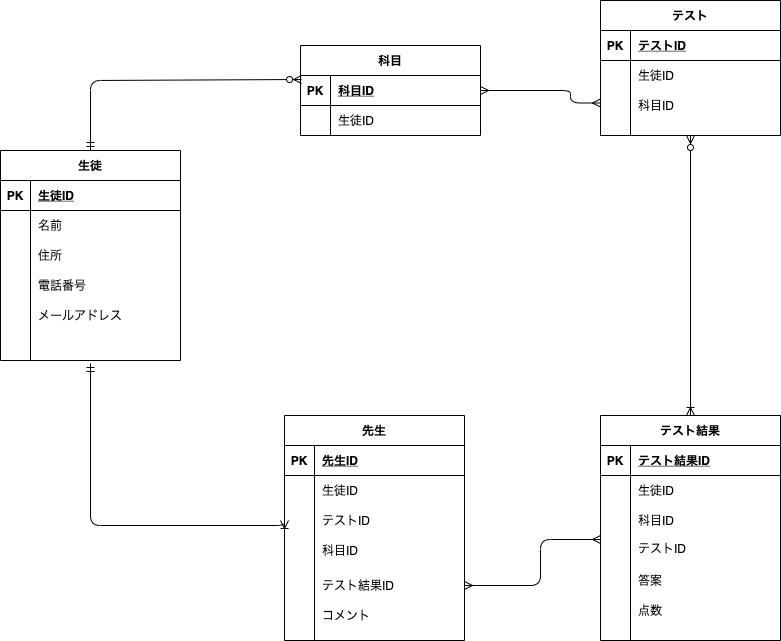
The draw.io diagram ERtest.drawio.png in Ufaa/DB20210802goto, before a commit. Source tidied: cells renumbered, new cells last; positions are measured from the earlier drawing's top-left corner, leaving out a move shared by most shapes.
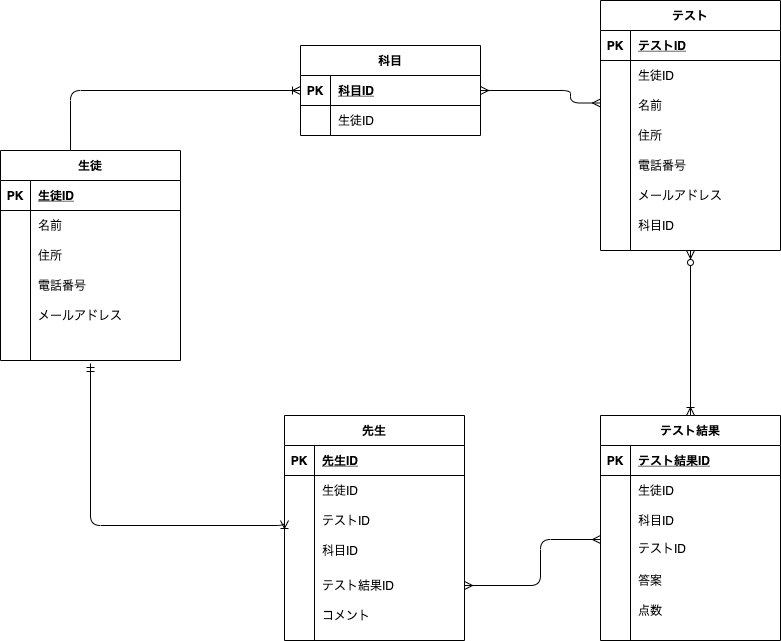
The same diagram one commit later.

Diff of the diagram source:
```diff
@@ -60,7 +60,7 @@
       <mxGeometry x="30" width="150" height="20" as="geometry" />
     </mxCell>
     <mxCell id="21" value="テスト" style="shape=table;startSize=30;rowLines=0;fontStyle=1;align=center;" parent="1" vertex="1">
-      <mxGeometry x="600" width="180" height="135" as="geometry" />
+      <mxGeometry x="600" width="180" height="250" as="geometry" />
     </mxCell>
     <mxCell id="22" style="shape=partialRectangle;fillColor=none;top=0;left=0;bottom=1;right=0;" parent="21" vertex="1">
       <mxGeometry y="30" width="180" height="30" as="geometry" />
@@ -80,8 +80,44 @@
     <mxCell id="27" value="生徒ID" style="shape=partialRectangle;fillColor=none;top=0;left=0;bottom=0;right=0;align=left;spacingLeft=6;overflow=hidden;" parent="25" vertex="1">
       <mxGeometry x="30" width="150" height="30" as="geometry" />
     </mxCell>
+    <mxCell id="81" style="shape=partialRectangle;fillColor=none;top=0;left=0;bottom=0;right=0;" parent="21" vertex="1">
+      <mxGeometry y="90" width="180" height="30" as="geometry" />
+    </mxCell>
+    <mxCell id="82" style="shape=partialRectangle;fillColor=none;top=0;left=0;bottom=0;right=0;overflow=hidden;" parent="81" vertex="1">
+      <mxGeometry width="30" height="30" as="geometry" />
+    </mxCell>
+    <mxCell id="83" value="名前" style="shape=partialRectangle;fillColor=none;top=0;left=0;bottom=0;right=0;align=left;spacingLeft=6;overflow=hidden;" parent="81" vertex="1">
+      <mxGeometry x="30" width="150" height="30" as="geometry" />
+    </mxCell>
+    <mxCell id="84" style="shape=partialRectangle;fillColor=none;top=0;left=0;bottom=0;right=0;" parent="21" vertex="1">
+      <mxGeometry y="120" width="180" height="30" as="geometry" />
+    </mxCell>
+    <mxCell id="85" style="shape=partialRectangle;fillColor=none;top=0;left=0;bottom=0;right=0;overflow=hidden;" parent="84" vertex="1">
+      <mxGeometry width="30" height="30" as="geometry" />
+    </mxCell>
+    <mxCell id="86" value="住所" style="shape=partialRectangle;fillColor=none;top=0;left=0;bottom=0;right=0;align=left;spacingLeft=6;overflow=hidden;" parent="84" vertex="1">
+      <mxGeometry x="30" width="150" height="30" as="geometry" />
+    </mxCell>
+    <mxCell id="87" style="shape=partialRectangle;fillColor=none;top=0;left=0;bottom=0;right=0;" parent="21" vertex="1">
+      <mxGeometry y="150" width="180" height="30" as="geometry" />
+    </mxCell>
+    <mxCell id="88" style="shape=partialRectangle;fillColor=none;top=0;left=0;bottom=0;right=0;overflow=hidden;" parent="87" vertex="1">
+      <mxGeometry width="30" height="30" as="geometry" />
+    </mxCell>
+    <mxCell id="89" value="電話番号" style="shape=partialRectangle;fillColor=none;top=0;left=0;bottom=0;right=0;align=left;spacingLeft=6;overflow=hidden;" parent="87" vertex="1">
+      <mxGeometry x="30" width="150" height="30" as="geometry" />
+    </mxCell>
+    <mxCell id="90" style="shape=partialRectangle;fillColor=none;top=0;left=0;bottom=0;right=0;" parent="21" vertex="1">
+      <mxGeometry y="180" width="180" height="30" as="geometry" />
+    </mxCell>
+    <mxCell id="91" style="shape=partialRectangle;fillColor=none;top=0;left=0;bottom=0;right=0;overflow=hidden;" parent="90" vertex="1">
+      <mxGeometry width="30" height="30" as="geometry" />
+    </mxCell>
+    <mxCell id="92" value="メールアドレス" style="shape=partialRectangle;fillColor=none;top=0;left=0;bottom=0;right=0;align=left;spacingLeft=6;overflow=hidden;" parent="90" vertex="1">
+      <mxGeometry x="30" width="150" height="30" as="geometry" />
+    </mxCell>
     <mxCell id="28" style="shape=partialRectangle;fillColor=none;top=0;left=0;bottom=0;right=0;" parent="21" vertex="1">
-      <mxGeometry y="90" width="180" height="30" as="geometry" />
+      <mxGeometry y="210" width="180" height="30" as="geometry" />
     </mxCell>
     <mxCell id="29" style="shape=partialRectangle;fillColor=none;top=0;left=0;bottom=0;right=0;overflow=hidden;" parent="28" vertex="1">
       <mxGeometry width="30" height="30" as="geometry" />
@@ -203,14 +239,6 @@
     <mxCell id="68" value="点数" style="shape=partialRectangle;fillColor=none;top=0;left=0;bottom=0;right=0;align=left;spacingLeft=6;overflow=hidden;" parent="66" vertex="1">
       <mxGeometry x="30" width="150" height="20" as="geometry" />
     </mxCell>
-    <mxCell id="69" style="fontSize=12;html=1;endArrow=ERzeroToMany;startArrow=ERmandOne;exitX=0.5;exitY=0;exitDx=0;exitDy=0;edgeStyle=orthogonalEdgeStyle;entryX=0.006;entryY=-0.04;entryDx=0;entryDy=0;entryPerimeter=0;" parent="1" edge="1" source="31">
-      <mxGeometry relative="1" as="geometry">
-        <mxPoint x="301.1" y="79" as="targetPoint" />
-        <Array as="points">
-          <mxPoint x="90" y="80" />
-        </Array>
-      </mxGeometry>
-    </mxCell>
     <mxCell id="70" style="fontSize=12;html=1;endArrow=ERoneToMany;startArrow=ERzeroToMany;entryX=0.5;entryY=0;entryDx=0;entryDy=0;edgeStyle=orthogonalEdgeStyle;exitX=0.5;exitY=1;exitDx=0;exitDy=0;" parent="1" edge="1" source="21" target="50">
       <mxGeometry relative="1" as="geometry" />
     </mxCell>
@@ -259,5 +287,8 @@
         </Array>
       </mxGeometry>
     </mxCell>
+    <mxCell id="93" style="edgeStyle=orthogonalEdgeStyle;fontSize=12;html=1;endArrow=ERoneToMany;exitX=0.389;exitY=0;exitDx=0;exitDy=0;exitPerimeter=0;entryX=0;entryY=0.5;entryDx=0;entryDy=0;" parent="1" edge="1" source="31" target="74">
+      <mxGeometry relative="1" as="geometry" />
+    </mxCell>
   </root>
 </mxGraphModel>
```
